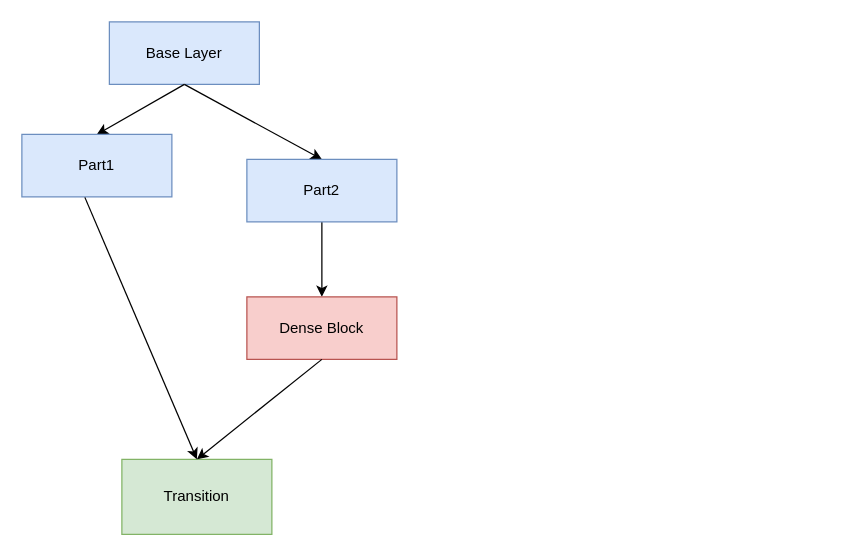
Above: 4.drawio in bxhsort/code-of-learn-deep-learning-with-pytorch (draw.io), before the change. Source tidied: cells renumbered, new cells numbered last; positions are measured from the earlier drawing's top-left corner, leaving out a move shared by most shapes. Both pictures are drawn from the tidied source at 125%, with x=0, y=0 at pixel (21, 21).
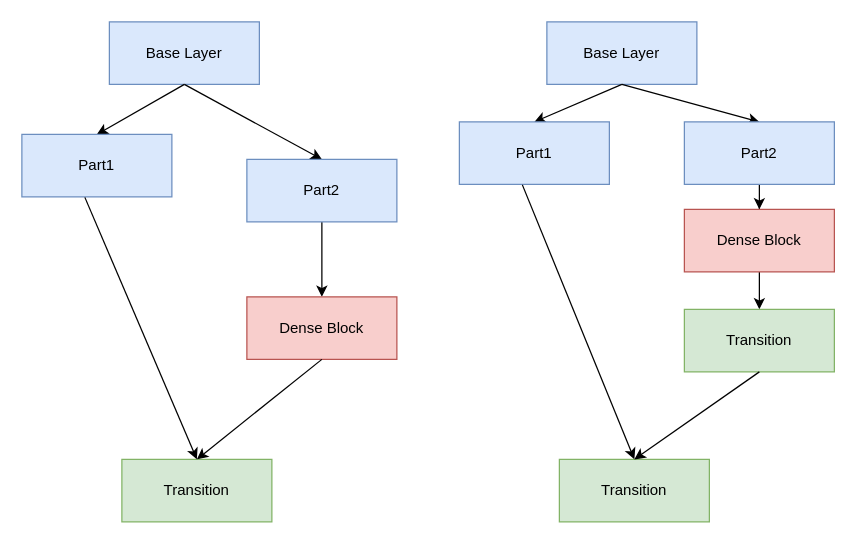
The same diagram, later.

What changed in the source:
```diff
@@
     <mxCell id="9" value="Transition" style="rounded=0;whiteSpace=wrap;html=1;fillColor=#d5e8d4;strokeColor=#82b366;" parent="1" vertex="1">
-      <mxGeometry x="80" y="350" width="120" height="60" as="geometry" />
+      <mxGeometry x="80" y="350" width="120" height="50" as="geometry" />
     </mxCell>
@@
+    <mxCell id="12" value="Base Layer" style="rounded=0;whiteSpace=wrap;html=1;fillColor=#dae8fc;strokeColor=#6c8ebf;" parent="1" vertex="1">
+      <mxGeometry x="420" width="120" height="50" as="geometry" />
+    </mxCell>
+    <mxCell id="13" style="endArrow=classic;html=1;rounded=0;exitX=0.5;exitY=1;exitDx=0;exitDy=0;entryX=0.5;entryY=0;entryDx=0;entryDy=0;" parent="1" edge="1" source="12" target="15">
+      <mxGeometry relative="1" as="geometry" />
+    </mxCell>
+    <mxCell id="14" style="endArrow=classic;html=1;rounded=0;entryX=0.5;entryY=0;entryDx=0;entryDy=0;" parent="1" edge="1" target="17">
+      <mxGeometry relative="1" as="geometry">
+        <mxPoint x="480" y="50" as="sourcePoint" />
+      </mxGeometry>
+    </mxCell>
+    <mxCell id="15" value="Part1" style="rounded=0;whiteSpace=wrap;html=1;fillColor=#dae8fc;strokeColor=#6c8ebf;" parent="1" vertex="1">
+      <mxGeometry x="350" y="80" width="120" height="50" as="geometry" />
+    </mxCell>
+    <mxCell id="16" style="edgeStyle=orthogonalEdgeStyle;rounded=0;jettySize=auto;html=1;" parent="1" edge="1" source="17" target="19">
+      <mxGeometry relative="1" as="geometry" />
+    </mxCell>
+    <mxCell id="17" value="Part2" style="rounded=0;whiteSpace=wrap;html=1;fillColor=#dae8fc;strokeColor=#6c8ebf;" parent="1" vertex="1">
+      <mxGeometry x="530" y="80" width="120" height="50" as="geometry" />
+    </mxCell>
+    <mxCell id="18" style="edgeStyle=orthogonalEdgeStyle;rounded=0;jettySize=auto;html=1;exitX=0.5;exitY=1;exitDx=0;exitDy=0;entryX=0.5;entryY=0;entryDx=0;entryDy=0;" parent="1" edge="1" source="19" target="22">
+      <mxGeometry relative="1" as="geometry" />
+    </mxCell>
+    <mxCell id="19" value="Dense Block" style="rounded=0;whiteSpace=wrap;html=1;fillColor=#f8cecc;strokeColor=#b85450;" parent="1" vertex="1">
+      <mxGeometry x="530" y="150" width="120" height="50" as="geometry" />
+    </mxCell>
+    <mxCell id="20" value="Transition" style="rounded=0;whiteSpace=wrap;html=1;fillColor=#d5e8d4;strokeColor=#82b366;" parent="1" vertex="1">
+      <mxGeometry x="430" y="350" width="120" height="50" as="geometry" />
+    </mxCell>
+    <mxCell id="21" style="endArrow=classic;html=1;rounded=0;exitX=0.42;exitY=1.008;exitDx=0;exitDy=0;exitPerimeter=0;entryX=0.5;entryY=0;entryDx=0;entryDy=0;" parent="1" edge="1" source="15" target="20">
+      <mxGeometry relative="1" as="geometry" />
+    </mxCell>
+    <mxCell id="22" value="Transition" style="rounded=0;whiteSpace=wrap;html=1;fillColor=#d5e8d4;strokeColor=#82b366;" parent="1" vertex="1">
+      <mxGeometry x="530" y="230" width="120" height="50" as="geometry" />
+    </mxCell>
+    <mxCell id="23" style="endArrow=classic;html=1;rounded=0;exitX=0.5;exitY=1;exitDx=0;exitDy=0;" parent="1" edge="1" source="22">
+      <mxGeometry relative="1" as="geometry">
+        <mxPoint x="490" y="350" as="targetPoint" />
+      </mxGeometry>
+    </mxCell>
```
